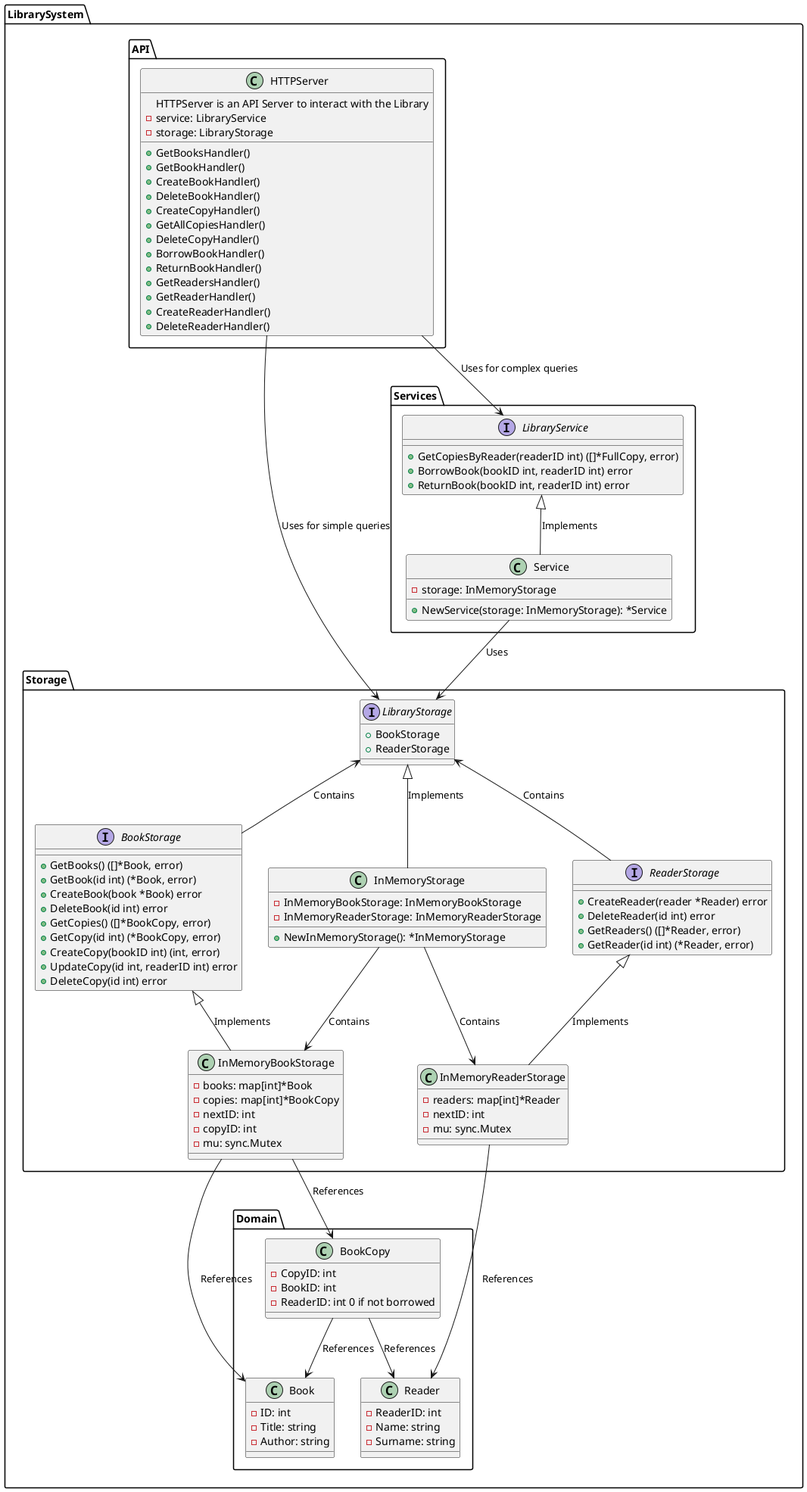
Earlier version of the PlantUML export 3_semester_2024/prog/lab/lista2/diagram.png (Rafisto/uni).
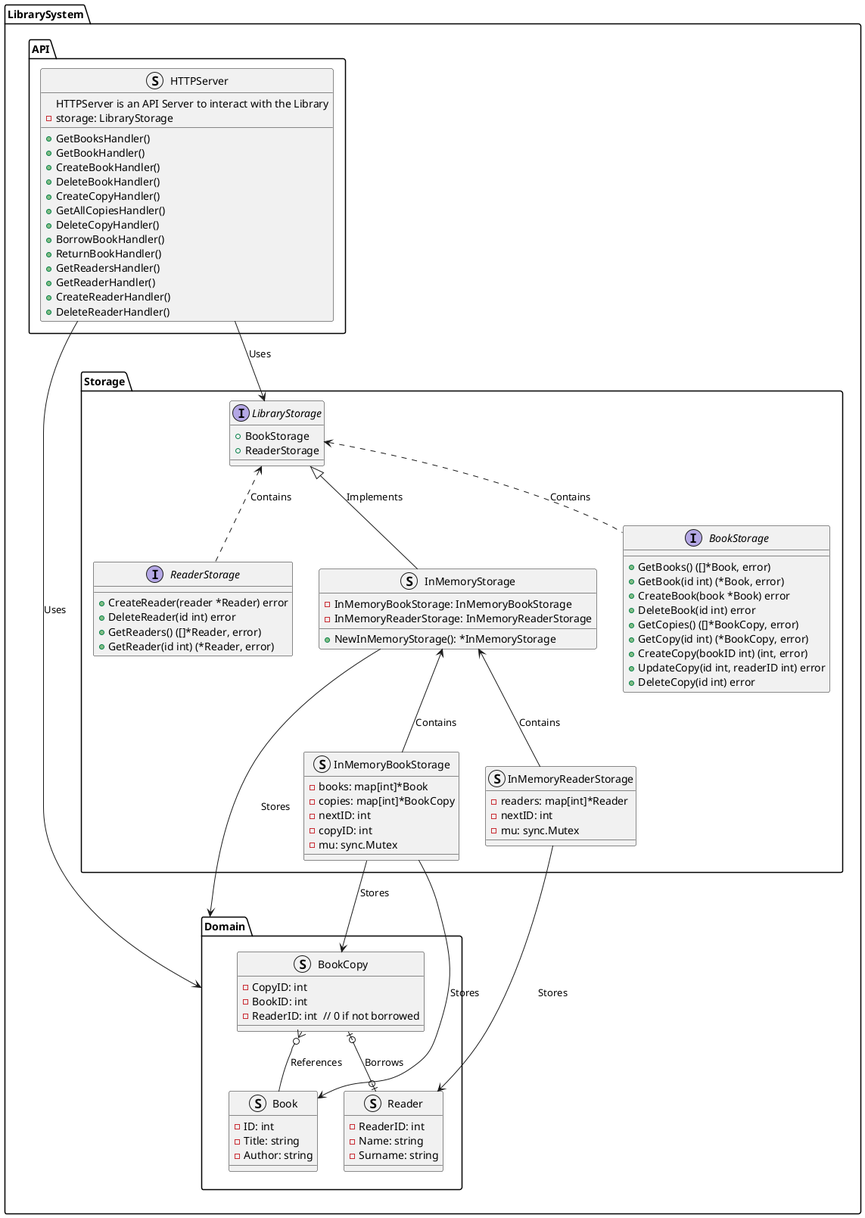
After the commit.

Diff of the diagram source:
```diff
@@ -1,21 +1,21 @@
-@startuml diagram
+@startuml
 
 package "LibrarySystem" {
 
     package "Domain" {
-        class Book {
+        struct Book {
             - ID: int
             - Title: string
             - Author: string
         }
 
-        class BookCopy {
+        struct BookCopy {
             - CopyID: int
             - BookID: int
-            - ReaderID: int 0 if not borrowed
+            - ReaderID: int  // 0 if not borrowed
         }
 
-        class Reader {
+        struct Reader {
             - ReaderID: int
             - Name: string
             - Surname: string
@@ -23,10 +23,30 @@
 
     }
 
+    package "API" {
+        struct HTTPServer {
+            HTTPServer is an API Server to interact with the Library
+            - storage: LibraryStorage
+            + GetBooksHandler()
+            + GetBookHandler()
+            + CreateBookHandler()
+            + DeleteBookHandler()
+            + CreateCopyHandler()
+            + GetAllCopiesHandler()
+            + DeleteCopyHandler()
+            + BorrowBookHandler()
+            + ReturnBookHandler()
+            + GetReadersHandler()
+            + GetReaderHandler()
+            + CreateReaderHandler()
+            + DeleteReaderHandler()
+        }
+    }
+
     package "Storage" {
         interface BookStorage {
-           	+ GetBooks() ([]*Book, error)
-	        + GetBook(id int) (*Book, error)
+            + GetBooks() ([]*Book, error)
+            + GetBook(id int) (*Book, error)
             + CreateBook(book *Book) error
             + DeleteBook(id int) error
             + GetCopies() ([]*BookCopy, error)
@@ -48,13 +68,13 @@
             + ReaderStorage
         }
 
-        class InMemoryStorage {
+        struct InMemoryStorage {
             - InMemoryBookStorage: InMemoryBookStorage
             - InMemoryReaderStorage: InMemoryReaderStorage
             + NewInMemoryStorage(): *InMemoryStorage
         }
 
-        class InMemoryBookStorage {
+        struct InMemoryBookStorage {
             - books: map[int]*Book
             - copies: map[int]*BookCopy
             - nextID: int
@@ -62,64 +82,27 @@
             - mu: sync.Mutex
         }
 
-        class InMemoryReaderStorage {
+        struct InMemoryReaderStorage {
             - readers: map[int]*Reader
             - nextID: int
             - mu: sync.Mutex
         }
     }
 
-    package "API" {
-        class HTTPServer {
-            HTTPServer is an API Server to interact with the Library
-            - service: LibraryService
-            - storage: LibraryStorage
-            + GetBooksHandler()
-            + GetBookHandler()
-            + CreateBookHandler()
-            + DeleteBookHandler()
-            + CreateCopyHandler()
-            + GetAllCopiesHandler()
-            + DeleteCopyHandler()
-            + BorrowBookHandler()
-            + ReturnBookHandler()
-            + GetReadersHandler()
-            + GetReaderHandler()
-            + CreateReaderHandler()
-            + DeleteReaderHandler()
-        }
-    }
-
-    package "Services" {
-        interface LibraryService {
-            + GetCopiesByReader(readerID int) ([]*FullCopy, error)
-            + BorrowBook(bookID int, readerID int) error
-            + ReturnBook(bookID int, readerID int) error
-        }
-
-        class Service {
-            - storage: InMemoryStorage
-            + NewService(storage: InMemoryStorage): *Service
-        }
-    }
 
     LibraryStorage <|-- InMemoryStorage : "Implements"
-    LibraryStorage <-- BookStorage : "Contains"
-    LibraryStorage <-- ReaderStorage : "Contains"
-    BookStorage <|-- InMemoryBookStorage : "Implements"
-    ReaderStorage <|-- InMemoryReaderStorage : "Implements"
-    HTTPServer --> LibraryService : "Uses for complex queries"
-    HTTPServer --> LibraryStorage : "Uses for simple queries"
-    Service --> LibraryStorage : "Uses"
-    LibraryService <|-- Service : "Implements"
-    InMemoryStorage --> InMemoryBookStorage : "Contains"
-    InMemoryStorage --> InMemoryReaderStorage : "Contains"
-    InMemoryBookStorage --> Book : "References"
-    InMemoryReaderStorage --> Reader : "References"
-    InMemoryBookStorage --> BookCopy : "References"
-    BookCopy --> Book : "References"
-    BookCopy --> Reader : "References"
-
+    LibraryStorage <.. BookStorage : "Contains"
+    LibraryStorage <.. ReaderStorage : "Contains"
+    HTTPServer --> LibraryStorage : "Uses"
+    HTTPServer --> Domain : "Uses"
+    InMemoryStorage <-- InMemoryBookStorage : "Contains"
+    InMemoryStorage <-- InMemoryReaderStorage : "Contains"
+    InMemoryBookStorage --> Book : "Stores"
+    InMemoryReaderStorage --> Reader : "Stores"
+    InMemoryBookStorage --> BookCopy : "Stores"
+    InMemoryStorage --> Domain : "Stores"
+    BookCopy }o-- Book : "References"
+    BookCopy |o--o| Reader : "Borrows"
 }
 
 @enduml
```
